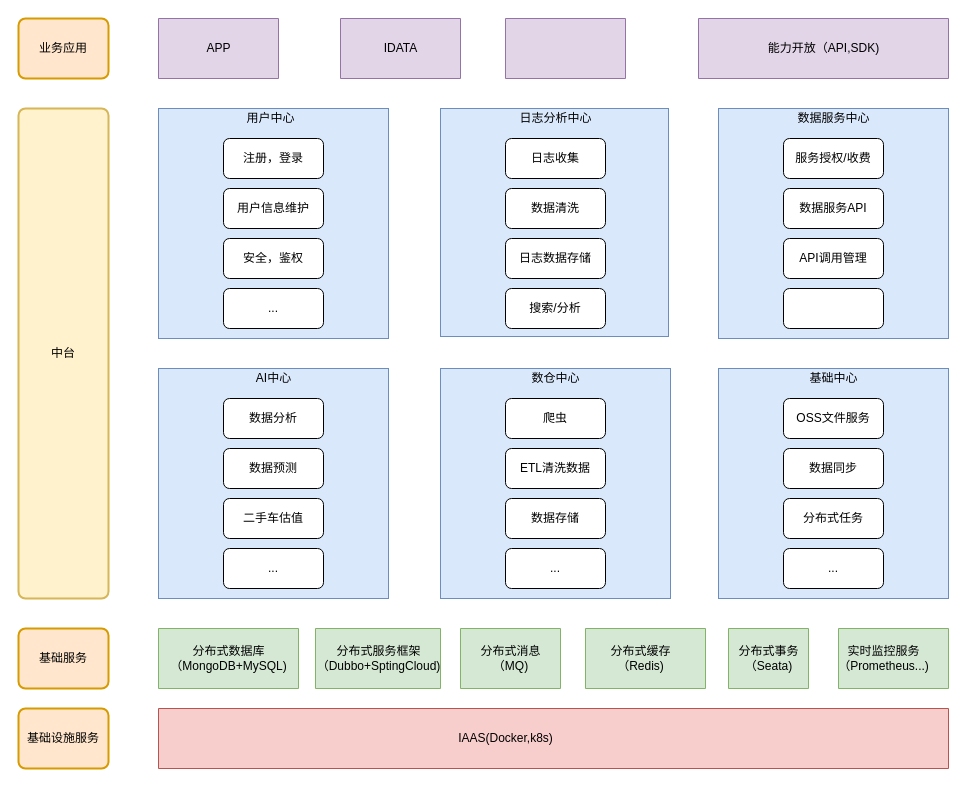
Earlier version of the draw.io diagram Untitled Diagram.drawio (lucky-xin/doc). Source tidied: cells renumbered, new cells numbered last; positions are measured from the earlier drawing's top-left corner, leaving out a move shared by most shapes. Both pictures are drawn from the tidied source at 100%, with x=0, y=0 at pixel (18, 18).
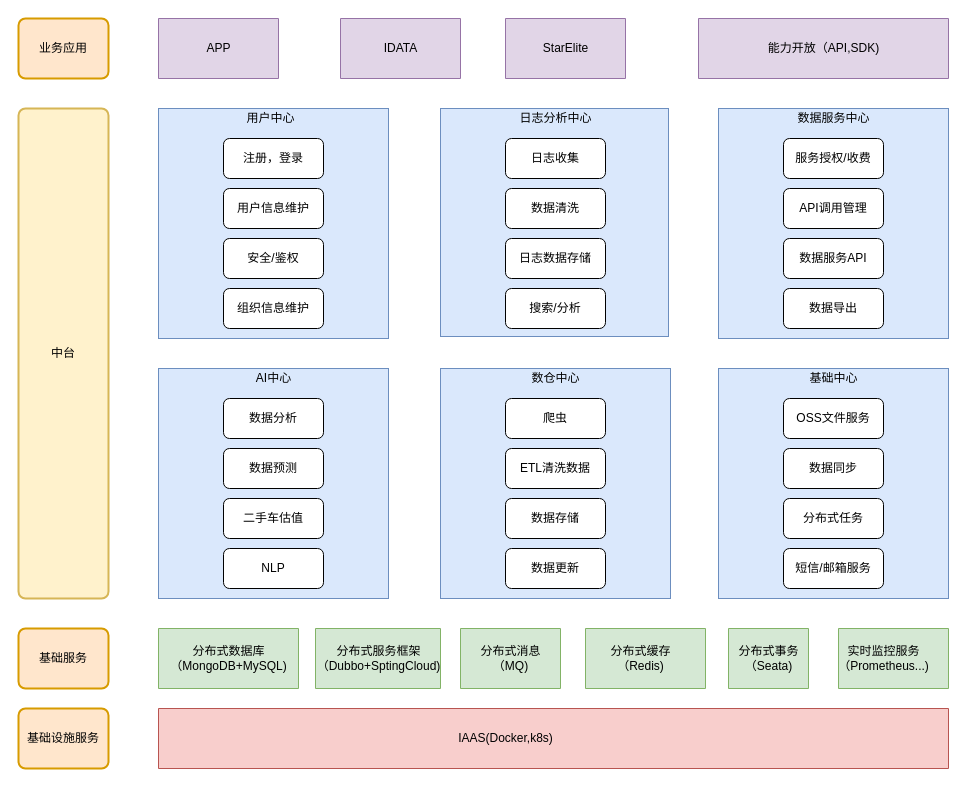
After the change.

The edit, as a diff of the source:
```diff
@@
-    <mxCell id="6" value="安全，鉴权" style="rounded=1;whiteSpace=wrap;html=1;" parent="1" vertex="1">
+    <mxCell id="6" value="安全/鉴权" style="rounded=1;whiteSpace=wrap;html=1;" parent="1" vertex="1">
       <mxGeometry x="205" y="220" width="100" height="40" as="geometry" />
     </mxCell>
@@
-    <mxCell id="18" value="..." style="rounded=1;whiteSpace=wrap;html=1;" parent="1" vertex="1">
+    <mxCell id="18" value="NLP" style="rounded=1;whiteSpace=wrap;html=1;" parent="1" vertex="1">
       <mxGeometry x="205" y="530" width="100" height="40" as="geometry" />
     </mxCell>
@@
-    <mxCell id="24" value="..." style="rounded=1;whiteSpace=wrap;html=1;" parent="1" vertex="1">
+    <mxCell id="24" value="数据更新" style="rounded=1;whiteSpace=wrap;html=1;" parent="1" vertex="1">
       <mxGeometry x="487" y="530" width="100" height="40" as="geometry" />
     </mxCell>
@@
     <mxCell id="28" value="数据服务API" style="rounded=1;whiteSpace=wrap;html=1;" parent="1" vertex="1">
-      <mxGeometry x="765" y="170" width="100" height="40" as="geometry" />
+      <mxGeometry x="765" y="220" width="100" height="40" as="geometry" />
     </mxCell>
     <mxCell id="29" value="API调用管理" style="rounded=1;whiteSpace=wrap;html=1;" parent="1" vertex="1">
-      <mxGeometry x="765" y="220" width="100" height="40" as="geometry" />
+      <mxGeometry x="765" y="170" width="100" height="40" as="geometry" />
     </mxCell>
-    <mxCell id="30" style="rounded=1;whiteSpace=wrap;html=1;" parent="1" vertex="1">
+    <mxCell id="30" value="数据导出" style="rounded=1;whiteSpace=wrap;html=1;" parent="1" vertex="1">
       <mxGeometry x="765" y="270" width="100" height="40" as="geometry" />
     </mxCell>
@@
-    <mxCell id="37" value="..." style="rounded=1;whiteSpace=wrap;html=1;" parent="1" vertex="1">
+    <mxCell id="37" value="短信/邮箱服务" style="rounded=1;whiteSpace=wrap;html=1;" parent="1" vertex="1">
       <mxGeometry x="765" y="530" width="100" height="40" as="geometry" />
     </mxCell>
-    <mxCell id="38" value="..." style="rounded=1;whiteSpace=wrap;html=1;" parent="1" vertex="1">
+    <mxCell id="38" value="组织信息维护" style="rounded=1;whiteSpace=wrap;html=1;" parent="1" vertex="1">
       <mxGeometry x="205" y="270" width="100" height="40" as="geometry" />
     </mxCell>
@@
+    <mxCell id="63" value="&lt;span&gt;StarElite&lt;/span&gt;" style="text;html=1;align=center;verticalAlign=middle;fillColor=none;strokeColor=none;rounded=0;shadow=0;glass=0;sketch=0;fontStyle=0;" parent="1" vertex="1">
+      <mxGeometry x="517" y="20" width="60" height="20" as="geometry" />
+    </mxCell>
```
